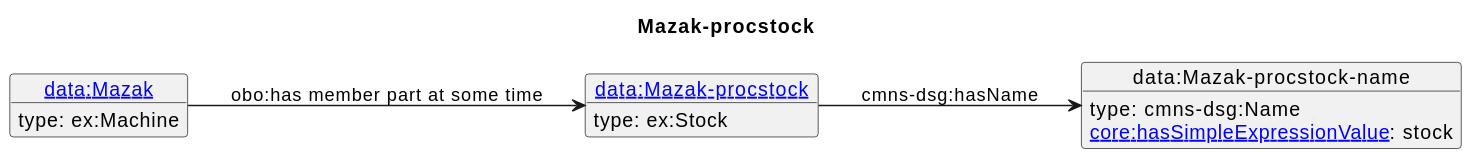
This is diagrams/Mazak-procstock.svg from iofoundry/example-syseng-mtconnect, a PlantUML export, as it was before one commit. Source of this version:
```plantuml
@startuml
skinparam linetype polyline
left to right direction
title Mazak-procstock
object "[[./Mazak-procstock.html data:Mazak-procstock]]" as o1 {
 type: ex:Stock
}
object "data:Mazak-procstock-name" as o2 {
 type: cmns-dsg:Name
}
object "[[./Mazak.html data:Mazak]]" as o3 {
 type: ex:Machine
}
o1 --> o2 : cmns-dsg:hasName
o2 : [[https://spec.industrialontologies.org/ontology/core/Core/hasSimpleExpressionValue core:hasSimpleExpressionValue]]: stock
o3 --> o1 : obo:has member part at some time
@enduml
```
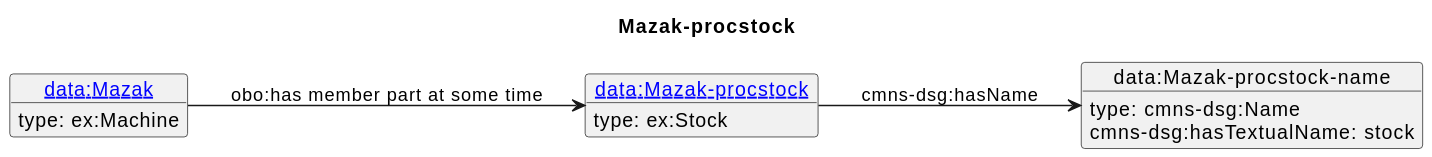
Later version of the same file.

Change to the diagram source:
```diff
@@ -12,6 +12,6 @@
  type: ex:Machine
 }
 o1 --> o2 : cmns-dsg:hasName
-o2 : [[https://spec.industrialontologies.org/ontology/core/Core/hasSimpleExpressionValue core:hasSimpleExpressionValue]]: stock
+o2 : cmns-dsg:hasTextualName: stock
 o3 --> o1 : obo:has member part at some time
 @enduml
```
